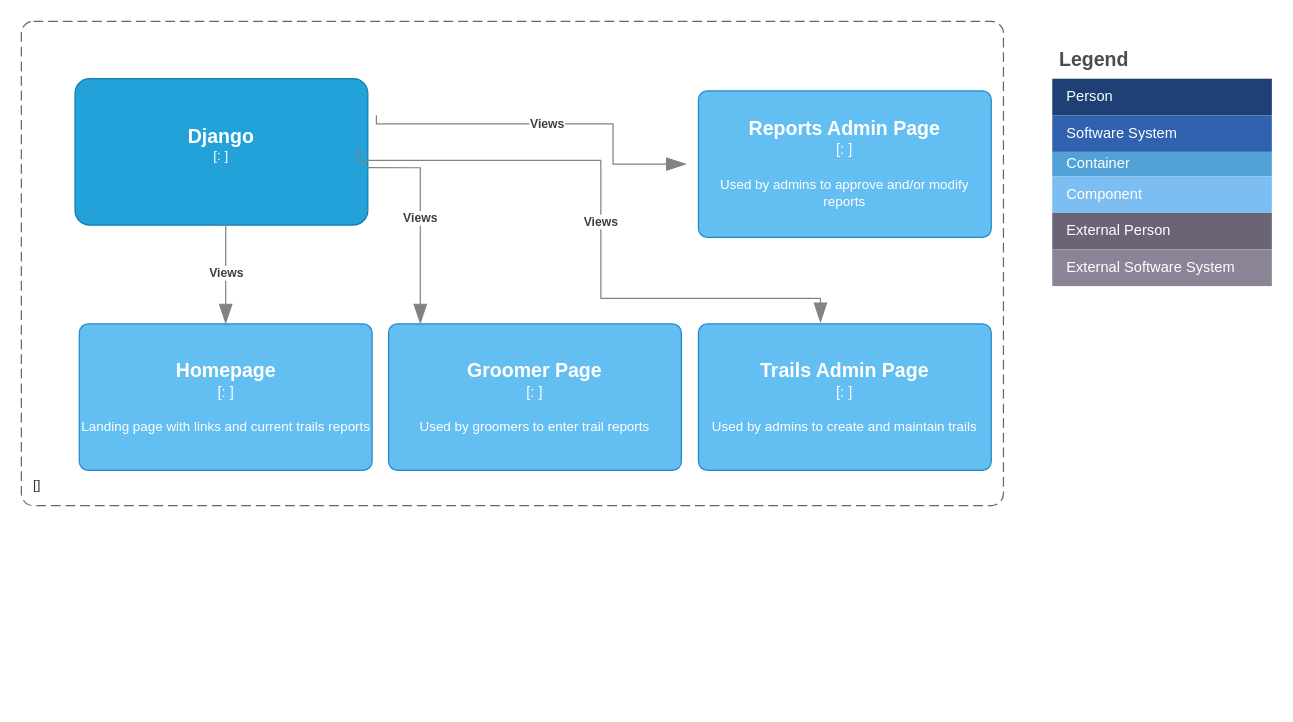
bartelsjoshuac/Corduroy keeps this draw.io diagram as docs/C4/djangocomponent-C4.drawio. Above is the earlier version. Source tidied: cells renumbered, new cells numbered last; positions are measured from the earlier drawing's top-left corner, leaving out a move shared by most shapes. Both pictures are drawn from the tidied source at 122%, with x=0, y=0 at pixel (21, 21).
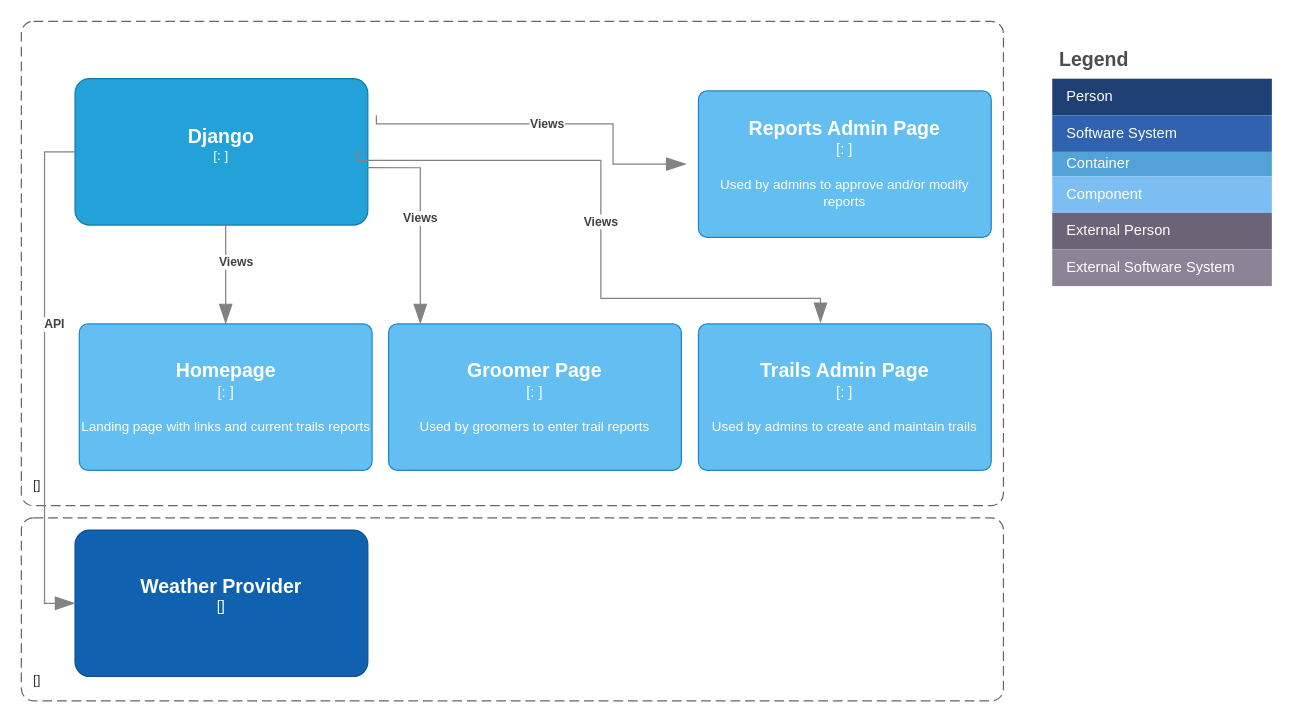
After the change.

Unchanged cells that the change refers to:
```xml
<object id="15" label="&lt;font style=&quot;font-size: 16px&quot;&gt;&lt;b&gt;%c4Name%&lt;/b&gt;&lt;/font&gt;&lt;div&gt;[%c4Type%: %c4Technology%]&lt;/div&gt;&lt;br&gt;&lt;div&gt;&lt;font style=&quot;font-size: 11px&quot;&gt;&lt;font color=&quot;#E6E6E6&quot;&gt;%c4Description%&lt;/font&gt;&lt;/div&gt;" c4Description="" c4Name="Django" c4Technology="" c4Type="" placeholders="1">
  <mxCell style="rounded=1;whiteSpace=wrap;html=1;fontSize=11;labelBackgroundColor=none;fillColor=#23A2D9;fontColor=#ffffff;align=center;arcSize=10;strokeColor=#0E7DAD;points=[[0.25,0,0],[0.5,0,0],[0.75,0,0],[1,0.25,0],[1,0.5,0],[1,0.75,0],[0.75,1,0],[0.5,1,0],[0.25,1,0],[0,0.75,0],[0,0.5,0],[0,0.25,0]];" parent="1" vertex="1">
    <mxGeometry x="44" y="47" width="240" height="120" as="geometry" />
  </mxCell>
</object>
<object id="17" label="&lt;font style=&quot;font-size: 16px&quot;&gt;&lt;b&gt;%c4Name%&lt;/b&gt;&lt;/font&gt;&lt;div&gt;[%c4Type%: %c4Technology%]&lt;/div&gt;&lt;br&gt;&lt;div&gt;&lt;font style=&quot;font-size: 11px&quot;&gt;%c4Description%&lt;/font&gt;&lt;/div&gt;" c4Description="Landing page with links and current trails reports" c4Name="Homepage" c4Technology="" c4Type="" placeholders="1">
  <mxCell style="rounded=1;whiteSpace=wrap;html=1;labelBackgroundColor=none;fillColor=#63BEF2;fontColor=#ffffff;align=center;arcSize=6;strokeColor=#2086C9;points=[[0.25,0,0],[0.5,0,0],[0.75,0,0],[1,0.25,0],[1,0.5,0],[1,0.75,0],[0.75,1,0],[0.5,1,0],[0.25,1,0],[0,0.75,0],[0,0.5,0],[0,0.25,0]];" parent="1" vertex="1">
    <mxGeometry x="47.5" y="248" width="240" height="120" as="geometry" />
  </mxCell>
</object>
```

Diff of the diagram source:
```diff
@@
     <object id="18" label="&lt;div style=&quot;text-align: left&quot;&gt;&lt;div style=&quot;text-align: center&quot;&gt;&lt;b&gt;%c4Description%&lt;/b&gt;&lt;/div&gt;" c4Description="Views" placeholders="1">
       <mxCell style="endArrow=blockThin;html=1;fontSize=10;fontColor=#404040;strokeWidth=1;endFill=1;strokeColor=#828282;elbow=vertical;endSize=14;startSize=14;jumpStyle=arc;jumpSize=16;rounded=0;edgeStyle=orthogonalEdgeStyle;exitX=0.5;exitY=1;exitDx=0;exitDy=0;exitPerimeter=0;entryX=0.5;entryY=0;entryDx=0;entryDy=0;entryPerimeter=0;" parent="1" edge="1" source="15" target="17">
-        <mxGeometry relative="1" as="geometry">
+        <mxGeometry x="-0.21" y="8" relative="1" as="geometry">
           <Array as="points">
             <mxPoint x="168" y="167" />
           </Array>
         </mxGeometry>
       </mxCell>
     </object>
@@
+    <object id="25" label="&lt;font style=&quot;font-size: 16px&quot;&gt;&lt;b&gt;&lt;div style=&quot;text-align: left&quot;&gt;%c4Name%&lt;/div&gt;&lt;/b&gt;&lt;/font&gt;&lt;div style=&quot;text-align: left&quot;&gt;[%c4Application%]&lt;/div&gt;" c4Application="" c4Name="" placeholders="1">
+      <mxCell style="rounded=1;fontSize=11;whiteSpace=wrap;html=1;dashed=1;arcSize=20;fillColor=none;strokeColor=#666666;fontColor=#333333;labelBackgroundColor=none;align=left;verticalAlign=bottom;labelBorderColor=none;spacingTop=0;spacing=10;dashPattern=8 4;perimeter=rectanglePerimeter;noLabel=0;labelPadding=0;absoluteArcSize=1;" parent="1" vertex="1">
+        <mxGeometry y="407" width="805" height="150" as="geometry" />
+      </mxCell>
+    </object>
+    <object id="26" label="&lt;font style=&quot;font-size: 16px&quot;&gt;&lt;b&gt;%c4Name%&lt;/b&gt;&lt;/font&gt;&lt;div&gt;[%c4Type%]&lt;/div&gt;&lt;br&gt;&lt;div&gt;&lt;font style=&quot;font-size: 11px&quot;&gt;&lt;font color=&quot;#cccccc&quot;&gt;%c4Description%&lt;/font&gt;&lt;/div&gt;" c4Description="" c4Name="Weather Provider" c4Type="" placeholders="1">
+      <mxCell style="rounded=1;whiteSpace=wrap;html=1;labelBackgroundColor=none;fillColor=#1061B0;fontColor=#ffffff;align=center;arcSize=10;strokeColor=#0D5091;points=[[0.25,0,0],[0.5,0,0],[0.75,0,0],[1,0.25,0],[1,0.5,0],[1,0.75,0],[0.75,1,0],[0.5,1,0],[0.25,1,0],[0,0.75,0],[0,0.5,0],[0,0.25,0]];" parent="1" vertex="1">
+        <mxGeometry x="44" y="417" width="240" height="120" as="geometry" />
+      </mxCell>
+    </object>
+    <object id="27" label="&lt;div style=&quot;text-align: left&quot;&gt;&lt;div style=&quot;text-align: center&quot;&gt;&lt;b&gt;%c4Description%&lt;/b&gt;&lt;/div&gt;" c4Description="API" placeholders="1">
+      <mxCell style="endArrow=blockThin;html=1;fontSize=10;fontColor=#404040;strokeWidth=1;endFill=1;strokeColor=#828282;elbow=vertical;endSize=14;startSize=14;jumpStyle=arc;jumpSize=16;rounded=0;edgeStyle=orthogonalEdgeStyle;exitX=0;exitY=0.5;exitDx=0;exitDy=0;exitPerimeter=0;entryX=0;entryY=0.5;entryDx=0;entryDy=0;entryPerimeter=0;" parent="1" edge="1" source="15" target="26">
+        <mxGeometry x="-0.21" y="8" relative="1" as="geometry">
+          <Array as="points">
+            <mxPoint x="19" y="107" />
+            <mxPoint x="19" y="477" />
+          </Array>
+        </mxGeometry>
+      </mxCell>
+    </object>
```
